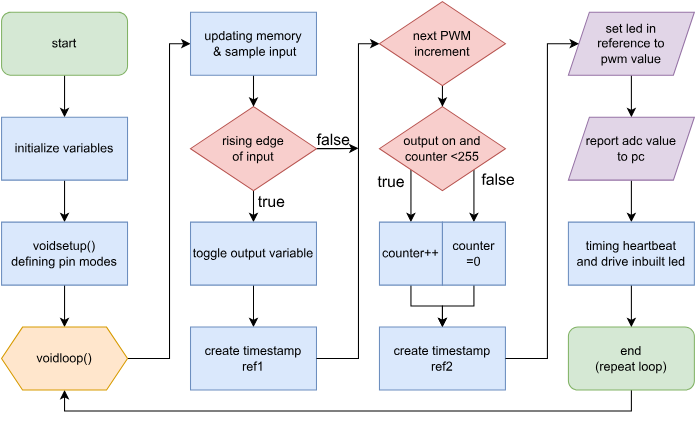
This is microcontroller_lab/task2/flowchart.svg from leandroebner/rwu, a draw.io export, as it was before one commit. Source tidied: cells renumbered, new cells last; positions are measured from the earlier drawing's top-left corner, leaving out a move shared by most shapes. Source of this version:
```xml
<mxGraphModel>
  <root>
    <mxCell id="0" />
    <mxCell id="1" parent="0" />
    <mxCell id="2" style="edgeStyle=orthogonalEdgeStyle;rounded=0;jettySize=auto;html=1;" parent="1" edge="1" source="3" target="5">
      <mxGeometry relative="1" as="geometry" />
    </mxCell>
    <mxCell id="3" value="start" style="rounded=1;whiteSpace=wrap;html=1;fillColor=#d5e8d4;strokeColor=#82b366;" parent="1" vertex="1">
      <mxGeometry y="10" width="120" height="60" as="geometry" />
    </mxCell>
    <mxCell id="4" style="edgeStyle=orthogonalEdgeStyle;rounded=0;jettySize=auto;html=1;" parent="1" edge="1" source="5" target="7">
      <mxGeometry relative="1" as="geometry" />
    </mxCell>
    <mxCell id="5" value="initialize variables" style="rounded=0;whiteSpace=wrap;html=1;fillColor=#dae8fc;strokeColor=#6c8ebf;" parent="1" vertex="1">
      <mxGeometry y="110" width="120" height="60" as="geometry" />
    </mxCell>
    <mxCell id="6" style="edgeStyle=orthogonalEdgeStyle;rounded=0;jettySize=auto;html=1;" parent="1" edge="1" source="7">
      <mxGeometry relative="1" as="geometry">
        <mxPoint x="60" y="310" as="targetPoint" />
      </mxGeometry>
    </mxCell>
    <mxCell id="7" value="voidsetup()&lt;br&gt;defining pin modes" style="rounded=0;whiteSpace=wrap;html=1;fillColor=#dae8fc;strokeColor=#6c8ebf;" parent="1" vertex="1">
      <mxGeometry y="210" width="120" height="60" as="geometry" />
    </mxCell>
    <mxCell id="8" style="edgeStyle=orthogonalEdgeStyle;rounded=0;jettySize=auto;html=1;" parent="1" edge="1" source="11" target="13">
      <mxGeometry relative="1" as="geometry" />
    </mxCell>
    <mxCell id="9" style="edgeStyle=orthogonalEdgeStyle;rounded=0;jettySize=auto;html=1;exitX=1;exitY=0.5;exitDx=0;exitDy=0;" parent="1" edge="1" source="11">
      <mxGeometry relative="1" as="geometry">
        <mxPoint x="340" y="139.7" as="targetPoint" />
      </mxGeometry>
    </mxCell>
    <mxCell id="10" value="false" style="edgeLabel;html=1;align=center;verticalAlign=middle;fontSize=15;labelBackgroundColor=none;" parent="9" vertex="1">
      <mxGeometry x="-0.25" y="-2" relative="1" as="geometry">
        <mxPoint y="-12" as="offset" />
      </mxGeometry>
    </mxCell>
    <mxCell id="11" value="rising edge&lt;br&gt;of input" style="rhombus;whiteSpace=wrap;html=1;fillColor=#f8cecc;strokeColor=#b85450;" parent="1" vertex="1">
      <mxGeometry x="180" y="100" width="120" height="80" as="geometry" />
    </mxCell>
    <mxCell id="12" style="edgeStyle=orthogonalEdgeStyle;rounded=0;jettySize=auto;html=1;" parent="1" edge="1" source="13" target="14">
      <mxGeometry relative="1" as="geometry" />
    </mxCell>
    <mxCell id="13" value="toggle output variable" style="rounded=0;whiteSpace=wrap;html=1;fillColor=#dae8fc;strokeColor=#6c8ebf;" parent="1" vertex="1">
      <mxGeometry x="180" y="210" width="120" height="60" as="geometry" />
    </mxCell>
    <mxCell id="14" value="create timestamp&lt;br&gt;ref1" style="rounded=0;whiteSpace=wrap;html=1;fillColor=#dae8fc;strokeColor=#6c8ebf;" parent="1" vertex="1">
      <mxGeometry x="180" y="310" width="120" height="60" as="geometry" />
    </mxCell>
    <mxCell id="15" style="edgeStyle=orthogonalEdgeStyle;rounded=0;orthogonalLoop=1;jettySize=auto;html=1;exitX=0.5;exitY=1;exitDx=0;exitDy=0;" parent="1" edge="1" source="11" target="11">
      <mxGeometry relative="1" as="geometry" />
    </mxCell>
    <mxCell id="16" style="edgeStyle=orthogonalEdgeStyle;rounded=0;jettySize=auto;html=1;exitX=0.5;exitY=1;exitDx=0;exitDy=0;entryX=0.5;entryY=1;entryDx=0;entryDy=0;" parent="1" edge="1" source="17">
      <mxGeometry relative="1" as="geometry">
        <mxPoint x="60" y="370" as="targetPoint" />
        <Array as="points">
          <mxPoint x="600" y="390" />
          <mxPoint x="60" y="390" />
        </Array>
      </mxGeometry>
    </mxCell>
    <mxCell id="17" value="end&lt;br&gt;(repeat loop)" style="rounded=1;whiteSpace=wrap;html=1;fillColor=#d5e8d4;strokeColor=#82b366;" parent="1" vertex="1">
      <mxGeometry x="540" y="310" width="120" height="60" as="geometry" />
    </mxCell>
    <mxCell id="18" style="edgeStyle=orthogonalEdgeStyle;rounded=0;orthogonalLoop=1;jettySize=auto;html=1;exitX=1;exitY=0.5;exitDx=0;exitDy=0;entryX=0;entryY=0.5;entryDx=0;entryDy=0;" parent="1" edge="1">
      <mxGeometry relative="1" as="geometry">
        <mxPoint x="300" y="340" as="sourcePoint" />
        <mxPoint x="360" y="40" as="targetPoint" />
        <Array as="points">
          <mxPoint x="340" y="340" />
          <mxPoint x="340" y="40" />
        </Array>
      </mxGeometry>
    </mxCell>
    <mxCell id="19" value="true" style="edgeLabel;html=1;align=center;verticalAlign=middle;fontSize=15;labelBackgroundColor=none;" parent="1" vertex="1">
      <mxGeometry x="290" y="140" as="geometry">
        <mxPoint x="-34" y="49" as="offset" />
      </mxGeometry>
    </mxCell>
    <mxCell id="20" style="edgeStyle=orthogonalEdgeStyle;rounded=0;jettySize=auto;html=1;exitX=1;exitY=0.5;exitDx=0;exitDy=0;entryX=0;entryY=0.5;entryDx=0;entryDy=0;" parent="1" edge="1" source="21" target="25">
      <mxGeometry relative="1" as="geometry">
        <Array as="points">
          <mxPoint x="160" y="340" />
          <mxPoint x="160" y="40" />
        </Array>
      </mxGeometry>
    </mxCell>
    <mxCell id="21" value="voidloop()" style="shape=hexagon;perimeter=hexagonPerimeter2;whiteSpace=wrap;html=1;fixedSize=1;fillColor=#ffe6cc;strokeColor=#d79b00;" parent="1" vertex="1">
      <mxGeometry y="310" width="120" height="60" as="geometry" />
    </mxCell>
    <mxCell id="22" style="edgeStyle=orthogonalEdgeStyle;rounded=0;jettySize=auto;html=1;" parent="1" edge="1" source="23" target="40">
      <mxGeometry relative="1" as="geometry" />
    </mxCell>
    <mxCell id="23" value="set led in &lt;br&gt;reference to &lt;br&gt;pwm value" style="shape=parallelogram;perimeter=parallelogramPerimeter;whiteSpace=wrap;html=1;fixedSize=1;fillColor=#e1d5e7;strokeColor=#9673a6;" parent="1" vertex="1">
      <mxGeometry x="540" y="10" width="120" height="60" as="geometry" />
    </mxCell>
    <mxCell id="24" style="edgeStyle=orthogonalEdgeStyle;rounded=0;jettySize=auto;html=1;" parent="1" edge="1" source="25" target="11">
      <mxGeometry relative="1" as="geometry" />
    </mxCell>
    <mxCell id="25" value="updating memory&lt;br style=&quot;border-color: var(--border-color);&quot;&gt;&amp;nbsp;&amp;amp; sample input" style="rounded=0;whiteSpace=wrap;html=1;fillColor=#dae8fc;strokeColor=#6c8ebf;" parent="1" vertex="1">
      <mxGeometry x="180" y="10" width="120" height="60" as="geometry" />
    </mxCell>
    <mxCell id="26" style="edgeStyle=orthogonalEdgeStyle;rounded=0;jettySize=auto;html=1;" parent="1" edge="1" source="27" target="31">
      <mxGeometry relative="1" as="geometry" />
    </mxCell>
    <mxCell id="27" value="next PWM&lt;br&gt;increment" style="rhombus;whiteSpace=wrap;html=1;fillColor=#f8cecc;strokeColor=#b85450;" parent="1" vertex="1">
      <mxGeometry x="360" width="120" height="80" as="geometry" />
    </mxCell>
    <mxCell id="28" style="edgeStyle=orthogonalEdgeStyle;rounded=0;jettySize=auto;html=1;exitX=0;exitY=1;exitDx=0;exitDy=0;entryX=0.5;entryY=0;entryDx=0;entryDy=0;" parent="1" edge="1" source="31" target="33">
      <mxGeometry relative="1" as="geometry" />
    </mxCell>
    <mxCell id="29" value="true" style="edgeLabel;html=1;align=center;verticalAlign=middle;fontSize=15;" parent="28" vertex="1">
      <mxGeometry x="-0.41" y="1" relative="1" as="geometry">
        <mxPoint x="-21" y="-11" as="offset" />
      </mxGeometry>
    </mxCell>
    <mxCell id="30" style="edgeStyle=orthogonalEdgeStyle;rounded=0;jettySize=auto;html=1;exitX=1;exitY=1;exitDx=0;exitDy=0;entryX=0.5;entryY=0;entryDx=0;entryDy=0;" parent="1" edge="1" source="31" target="37">
      <mxGeometry relative="1" as="geometry" />
    </mxCell>
    <mxCell id="31" value="output on and&lt;br&gt;counter &amp;lt;255" style="rhombus;whiteSpace=wrap;html=1;fillColor=#f8cecc;strokeColor=#b85450;" parent="1" vertex="1">
      <mxGeometry x="360" y="100" width="120" height="80" as="geometry" />
    </mxCell>
    <mxCell id="32" style="edgeStyle=orthogonalEdgeStyle;rounded=0;jettySize=auto;html=1;" parent="1" edge="1" source="33" target="34">
      <mxGeometry relative="1" as="geometry" />
    </mxCell>
    <mxCell id="33" value="counter++" style="rounded=0;whiteSpace=wrap;html=1;fillColor=#dae8fc;strokeColor=#6c8ebf;" parent="1" vertex="1">
      <mxGeometry x="360" y="210" width="60" height="60" as="geometry" />
    </mxCell>
    <mxCell id="34" value="create timestamp&lt;br&gt;ref2" style="rounded=0;whiteSpace=wrap;html=1;fillColor=#dae8fc;strokeColor=#6c8ebf;" parent="1" vertex="1">
      <mxGeometry x="360" y="310" width="120" height="60" as="geometry" />
    </mxCell>
    <mxCell id="35" style="edgeStyle=orthogonalEdgeStyle;rounded=0;jettySize=auto;html=1;exitX=1;exitY=0.5;exitDx=0;exitDy=0;entryX=0;entryY=0.5;entryDx=0;entryDy=0;" parent="1" edge="1" target="23">
      <mxGeometry relative="1" as="geometry">
        <mxPoint x="480" y="340" as="sourcePoint" />
        <Array as="points">
          <mxPoint x="520" y="340" />
          <mxPoint x="520" y="40" />
        </Array>
      </mxGeometry>
    </mxCell>
    <mxCell id="36" style="edgeStyle=orthogonalEdgeStyle;rounded=0;jettySize=auto;html=1;exitX=0.5;exitY=1;exitDx=0;exitDy=0;entryX=0.5;entryY=0;entryDx=0;entryDy=0;" parent="1" edge="1" source="37" target="34">
      <mxGeometry relative="1" as="geometry" />
    </mxCell>
    <mxCell id="37" value="counter&lt;br&gt;=0" style="rounded=0;whiteSpace=wrap;html=1;fillColor=#dae8fc;strokeColor=#6c8ebf;" parent="1" vertex="1">
      <mxGeometry x="420" y="210" width="60" height="60" as="geometry" />
    </mxCell>
    <mxCell id="38" value="false" style="edgeLabel;html=1;align=center;verticalAlign=middle;fontSize=15;" parent="1" vertex="1">
      <mxGeometry x="420" y="160" as="geometry">
        <mxPoint x="52" y="9" as="offset" />
      </mxGeometry>
    </mxCell>
    <mxCell id="39" style="edgeStyle=orthogonalEdgeStyle;rounded=0;jettySize=auto;html=1;" parent="1" edge="1" source="40" target="42">
      <mxGeometry relative="1" as="geometry" />
    </mxCell>
    <mxCell id="40" value="report adc value&lt;br&gt;to pc" style="shape=parallelogram;perimeter=parallelogramPerimeter;whiteSpace=wrap;html=1;fixedSize=1;fillColor=#e1d5e7;strokeColor=#9673a6;" parent="1" vertex="1">
      <mxGeometry x="540" y="110" width="120" height="60" as="geometry" />
    </mxCell>
    <mxCell id="41" style="edgeStyle=orthogonalEdgeStyle;rounded=0;jettySize=auto;html=1;" parent="1" edge="1" source="42" target="17">
      <mxGeometry relative="1" as="geometry" />
    </mxCell>
    <mxCell id="42" value="timing heartbeat&lt;br&gt;and drive inbuilt led" style="rounded=0;whiteSpace=wrap;html=1;fillColor=#dae8fc;strokeColor=#6c8ebf;" parent="1" vertex="1">
      <mxGeometry x="540" y="210" width="120" height="60" as="geometry" />
    </mxCell>
  </root>
</mxGraphModel>
```
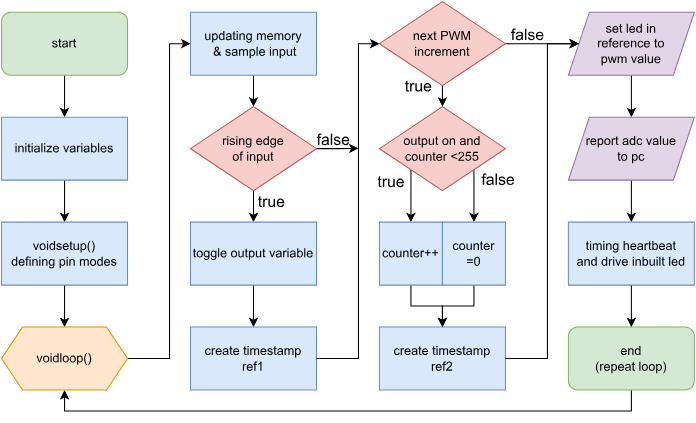
Later version of the same file.

What changed in the source:
```diff
@@ -103,6 +103,9 @@
     <mxCell id="26" style="edgeStyle=orthogonalEdgeStyle;rounded=0;jettySize=auto;html=1;" parent="1" edge="1" source="27" target="31">
       <mxGeometry relative="1" as="geometry" />
     </mxCell>
+    <mxCell id="43" style="edgeStyle=orthogonalEdgeStyle;rounded=0;jettySize=auto;html=1;" parent="1" edge="1" source="27" target="23">
+      <mxGeometry relative="1" as="geometry" />
+    </mxCell>
     <mxCell id="27" value="next PWM&lt;br&gt;increment" style="rhombus;whiteSpace=wrap;html=1;fillColor=#f8cecc;strokeColor=#b85450;" parent="1" vertex="1">
       <mxGeometry x="360" width="120" height="80" as="geometry" />
     </mxCell>
@@ -161,5 +164,13 @@
     <mxCell id="42" value="timing heartbeat&lt;br&gt;and drive inbuilt led" style="rounded=0;whiteSpace=wrap;html=1;fillColor=#dae8fc;strokeColor=#6c8ebf;" parent="1" vertex="1">
       <mxGeometry x="540" y="210" width="120" height="60" as="geometry" />
     </mxCell>
+    <mxCell id="44" value="true" style="edgeLabel;html=1;align=center;verticalAlign=middle;fontSize=15;labelBackgroundColor=none;" parent="1" vertex="1">
+      <mxGeometry x="430" y="30" as="geometry">
+        <mxPoint x="-34" y="49" as="offset" />
+      </mxGeometry>
+    </mxCell>
+    <mxCell id="45" value="false" style="edgeLabel;html=1;align=center;verticalAlign=middle;fontSize=15;labelBackgroundColor=none;" parent="1" vertex="1">
+      <mxGeometry x="500" y="30" as="geometry" />
+    </mxCell>
   </root>
 </mxGraphModel>
```
